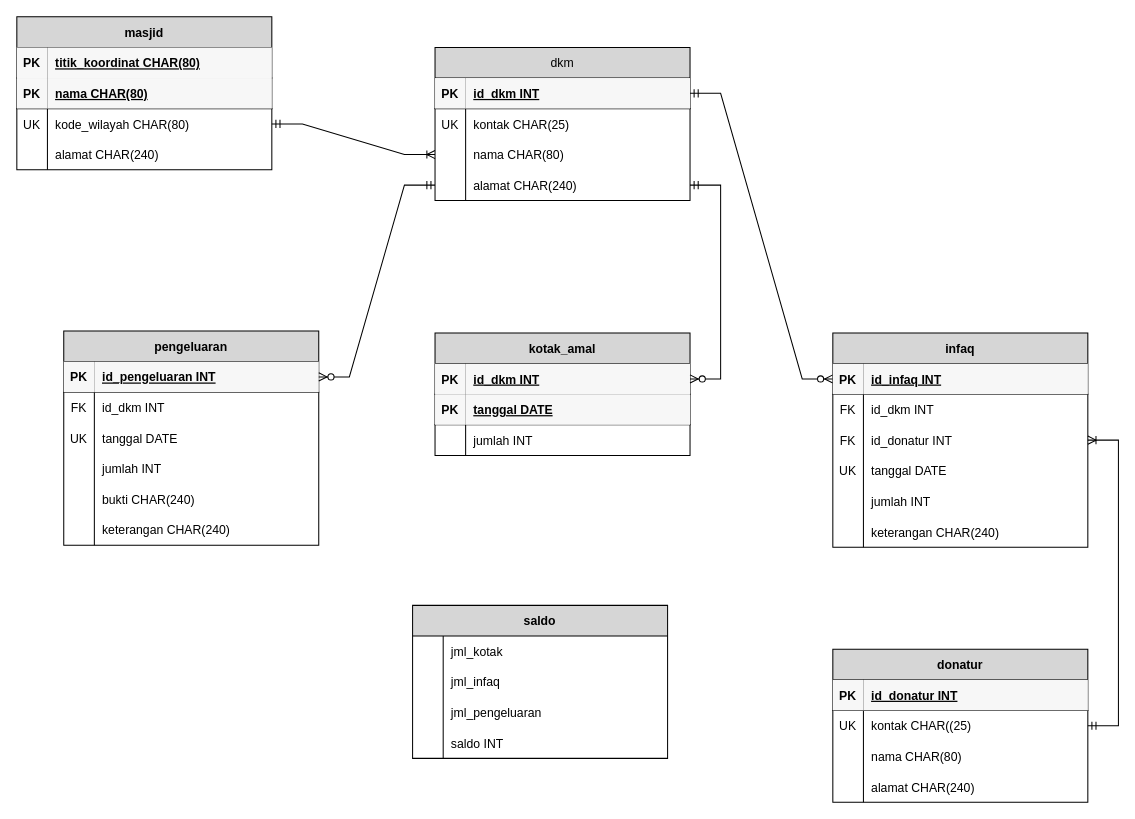
The draw.io diagram pertemuan6/ERD.drawio in rifkymaulana6/IF214002, before the edit. Source tidied: cells renumbered, new cells numbered last; positions are measured from the earlier drawing's top-left corner, leaving out a move shared by most shapes. Both pictures are drawn from the tidied source at 102%, with x=0, y=0 at pixel (16, 16).
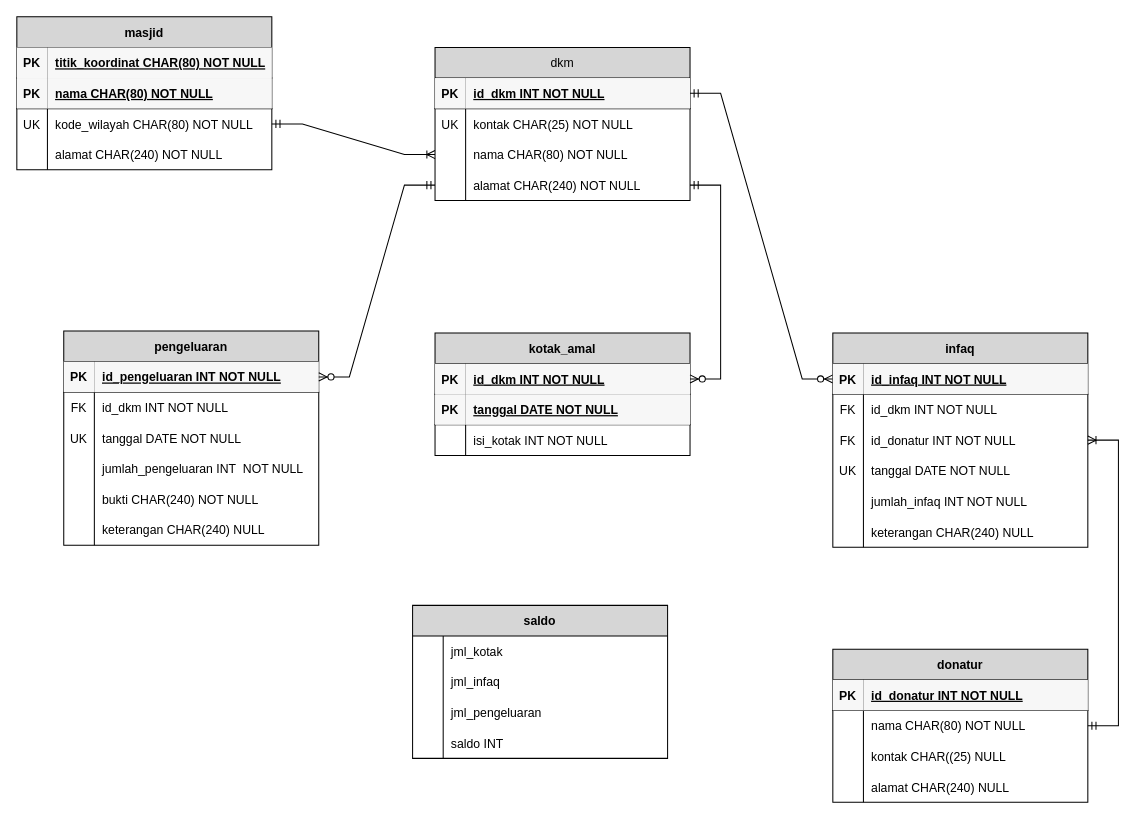
Above is the later version.

The change refers to these unchanged cells:
```xml
<mxCell id="3" style="shape=partialRectangle;fillColor=none;top=0;left=0;right=0;bottom=1;" parent="2" vertex="1">
<mxCell id="6" style="shape=partialRectangle;fillColor=none;top=0;left=0;right=0;bottom=1;" parent="2" vertex="1">
<mxCell id="9" style="shape=partialRectangle;fillColor=none;points=[[0,0.5],[1,0.5]];portConstraint=eastwest;top=0;left=0;right=0;bottom=0;" parent="2" vertex="1">
<mxCell id="12" style="shape=partialRectangle;fillColor=none;top=0;left=0;right=0;bottom=0;" parent="2" vertex="1">
<mxCell id="16" style="shape=partialRectangle;fillColor=none;points=[[0,0.5],[1,0.5]];portConstraint=eastwest;top=0;left=0;right=0;bottom=1;" parent="15" vertex="1">
<mxCell id="19" style="shape=partialRectangle;fillColor=none;top=0;left=0;right=0;bottom=0;" parent="15" vertex="1">
<mxCell id="22" style="shape=partialRectangle;fillColor=none;points=[[0,0.5],[1,0.5]];portConstraint=eastwest;top=0;left=0;right=0;bottom=0;" parent="15" vertex="1">
<mxCell id="25" style="shape=partialRectangle;fillColor=none;points=[[0,0.5],[1,0.5]];portConstraint=eastwest;top=0;left=0;right=0;bottom=0;" parent="15" vertex="1">
<mxCell id="30" style="shape=partialRectangle;fillColor=none;points=[[0,0.5],[1,0.5]];portConstraint=eastwest;top=0;left=0;right=0;bottom=1;" parent="29" vertex="1">
<mxCell id="33" style="shape=partialRectangle;fillColor=none;top=0;left=0;right=0;bottom=1;" parent="29" vertex="1">
<mxCell id="36" style="shape=partialRectangle;fillColor=none;top=0;left=0;right=0;bottom=0;" parent="29" vertex="1">
<mxCell id="41" style="shape=partialRectangle;fillColor=none;points=[[0,0.5],[1,0.5]];portConstraint=eastwest;top=0;left=0;right=0;bottom=1;" parent="40" vertex="1">
<mxCell id="44" style="shape=tableRow;horizontal=0;startSize=0;swimlaneHead=0;swimlaneBody=0;fillColor=none;top=0;left=0;right=0;bottom=0;" parent="40" vertex="1">
<mxCell id="47" style="shape=tableRow;horizontal=0;startSize=0;swimlaneHead=0;swimlaneBody=0;fillColor=none;points=[[0,0.5],[1,0.5]];portConstraint=eastwest;top=0;left=0;right=0;bottom=0;" parent="40" vertex="1">
<mxCell id="50" style="shape=partialRectangle;fillColor=none;top=0;left=0;right=0;bottom=0;" parent="40" vertex="1">
<mxCell id="53" style="shape=partialRectangle;fillColor=none;top=0;left=0;right=0;bottom=0;" parent="40" vertex="1">
<mxCell id="56" style="shape=partialRectangle;fillColor=none;top=0;left=0;right=0;bottom=0;" parent="40" vertex="1">
<mxCell id="60" value="donatur" style="shape=table;startSize=30;childLayout=tableLayout;rowLines=0;fontStyle=1;align=center;fillColor=#D6D6D6;" parent="1" vertex="1">
<mxCell id="61" style="shape=partialRectangle;fillColor=none;top=0;left=0;right=0;bottom=1;" parent="60" vertex="1">
<mxCell id="70" style="shape=partialRectangle;fillColor=none;top=0;left=0;right=0;bottom=0;" parent="60" vertex="1">
<mxCell id="75" style="shape=partialRectangle;fillColor=none;points=[[0,0.5],[1,0.5]];portConstraint=eastwest;top=0;left=0;right=0;bottom=1;" parent="74" vertex="1">
<mxCell id="78" style="shape=tableRow;horizontal=0;startSize=0;swimlaneHead=0;swimlaneBody=0;fillColor=none;top=0;left=0;right=0;bottom=0;" parent="74" vertex="1">
<mxCell id="81" style="shape=partialRectangle;fillColor=none;top=0;left=0;right=0;bottom=0;" parent="74" vertex="1">
<mxCell id="84" style="shape=partialRectangle;fillColor=none;top=0;left=0;right=0;bottom=0;" parent="74" vertex="1">
<mxCell id="87" style="shape=partialRectangle;fillColor=none;top=0;left=0;right=0;bottom=0;" parent="74" vertex="1">
<mxCell id="90" style="shape=partialRectangle;fillColor=none;top=0;left=0;right=0;bottom=0;" parent="74" vertex="1">
```

Change to the diagram source:
```diff
@@
-    <mxCell id="5" value="titik_koordinat CHAR(80)" style="shape=partialRectangle;overflow=hidden;fillColor=#F7F7F7;top=0;left=0;bottom=0;right=0;align=left;spacingLeft=6;fontStyle=5;strokeColor=#EDEDED;" parent="3" vertex="1">
+    <mxCell id="5" value="titik_koordinat CHAR(80) NOT NULL" style="shape=partialRectangle;overflow=hidden;fillColor=#F7F7F7;top=0;left=0;bottom=0;right=0;align=left;spacingLeft=6;fontStyle=5;strokeColor=#EDEDED;" parent="3" vertex="1">
       <mxGeometry x="30" width="220" height="30" as="geometry" />
     </mxCell>
@@
-    <mxCell id="8" value="nama CHAR(80)" style="shape=partialRectangle;overflow=hidden;fillColor=#F7F7F7;top=0;left=0;bottom=0;right=0;align=left;spacingLeft=6;fontStyle=5;strokeColor=#EDEDED;" parent="6" vertex="1">
+    <mxCell id="8" value="nama CHAR(80) NOT NULL" style="shape=partialRectangle;overflow=hidden;fillColor=#F7F7F7;top=0;left=0;bottom=0;right=0;align=left;spacingLeft=6;fontStyle=5;strokeColor=#EDEDED;" parent="6" vertex="1">
       <mxGeometry x="30" width="220" height="30" as="geometry" />
     </mxCell>
@@
-    <mxCell id="11" value="kode_wilayah CHAR(80)" style="shape=partialRectangle;overflow=hidden;fillColor=none;top=0;left=0;bottom=0;right=0;align=left;spacingLeft=6;fontStyle=0;" parent="9" vertex="1">
+    <mxCell id="11" value="kode_wilayah CHAR(80) NOT NULL" style="shape=partialRectangle;overflow=hidden;fillColor=none;top=0;left=0;bottom=0;right=0;align=left;spacingLeft=6;fontStyle=0;" parent="9" vertex="1">
       <mxGeometry x="30" width="220" height="30" as="geometry" />
     </mxCell>
@@
-    <mxCell id="14" value="alamat CHAR(240)" style="shape=partialRectangle;overflow=hidden;fillColor=none;top=0;left=0;bottom=0;right=0;align=left;spacingLeft=6;" parent="12" vertex="1">
+    <mxCell id="14" value="alamat CHAR(240) NOT NULL" style="shape=partialRectangle;overflow=hidden;fillColor=none;top=0;left=0;bottom=0;right=0;align=left;spacingLeft=6;" parent="12" vertex="1">
       <mxGeometry x="30" width="220" height="30" as="geometry" />
     </mxCell>
@@
-    <mxCell id="18" value="id_dkm INT" style="shape=partialRectangle;overflow=hidden;fillColor=#F7F7F7;top=0;left=0;bottom=0;right=0;align=left;spacingLeft=6;fontStyle=5;strokeColor=#EDEDED;" parent="16" vertex="1">
+    <mxCell id="18" value="id_dkm INT NOT NULL" style="shape=partialRectangle;overflow=hidden;fillColor=#F7F7F7;top=0;left=0;bottom=0;right=0;align=left;spacingLeft=6;fontStyle=5;strokeColor=#EDEDED;" parent="16" vertex="1">
       <mxGeometry x="30" width="220" height="30" as="geometry" />
     </mxCell>
@@
-    <mxCell id="21" value="kontak CHAR(25)" style="shape=partialRectangle;overflow=hidden;fillColor=none;top=0;left=0;bottom=0;right=0;align=left;spacingLeft=6;fontStyle=0;" parent="19" vertex="1">
+    <mxCell id="21" value="kontak CHAR(25) NOT NULL" style="shape=partialRectangle;overflow=hidden;fillColor=none;top=0;left=0;bottom=0;right=0;align=left;spacingLeft=6;fontStyle=0;" parent="19" vertex="1">
       <mxGeometry x="30" width="220" height="30" as="geometry" />
     </mxCell>
@@
-    <mxCell id="24" value="nama CHAR(80)" style="shape=partialRectangle;overflow=hidden;fillColor=none;top=0;left=0;bottom=0;right=0;align=left;spacingLeft=6;" parent="22" vertex="1">
+    <mxCell id="24" value="nama CHAR(80) NOT NULL" style="shape=partialRectangle;overflow=hidden;fillColor=none;top=0;left=0;bottom=0;right=0;align=left;spacingLeft=6;" parent="22" vertex="1">
       <mxGeometry x="30" width="220" height="30" as="geometry" />
     </mxCell>
@@
-    <mxCell id="27" value="alamat CHAR(240)" style="shape=partialRectangle;overflow=hidden;fillColor=none;top=0;left=0;bottom=0;right=0;align=left;spacingLeft=6;" parent="25" vertex="1">
+    <mxCell id="27" value="alamat CHAR(240) NOT NULL" style="shape=partialRectangle;overflow=hidden;fillColor=none;top=0;left=0;bottom=0;right=0;align=left;spacingLeft=6;" parent="25" vertex="1">
       <mxGeometry x="30" width="220" height="30" as="geometry" />
     </mxCell>
@@
-    <mxCell id="32" value="id_dkm INT" style="shape=partialRectangle;overflow=hidden;fillColor=#F7F7F7;top=0;left=0;bottom=0;right=0;align=left;spacingLeft=6;fontStyle=5;strokeColor=#EDEDED;" parent="30" vertex="1">
+    <mxCell id="32" value="id_dkm INT NOT NULL" style="shape=partialRectangle;overflow=hidden;fillColor=#F7F7F7;top=0;left=0;bottom=0;right=0;align=left;spacingLeft=6;fontStyle=5;strokeColor=#EDEDED;" parent="30" vertex="1">
       <mxGeometry x="30" width="220" height="30" as="geometry" />
     </mxCell>
@@
-    <mxCell id="35" value="tanggal DATE" style="shape=partialRectangle;overflow=hidden;fillColor=#F7F7F7;top=0;left=0;bottom=0;right=0;align=left;spacingLeft=6;fontStyle=5;strokeColor=#EDEDED;" parent="33" vertex="1">
+    <mxCell id="35" value="tanggal DATE NOT NULL" style="shape=partialRectangle;overflow=hidden;fillColor=#F7F7F7;top=0;left=0;bottom=0;right=0;align=left;spacingLeft=6;fontStyle=5;strokeColor=#EDEDED;" parent="33" vertex="1">
       <mxGeometry x="30" width="220" height="30" as="geometry" />
     </mxCell>
@@
-    <mxCell id="38" value="jumlah INT" style="shape=partialRectangle;overflow=hidden;fillColor=none;top=0;left=0;bottom=0;right=0;align=left;spacingLeft=6;fontStyle=0;" parent="36" vertex="1">
+    <mxCell id="38" value="isi_kotak INT NOT NULL" style="shape=partialRectangle;overflow=hidden;fillColor=none;top=0;left=0;bottom=0;right=0;align=left;spacingLeft=6;fontStyle=0;" parent="36" vertex="1">
       <mxGeometry x="30" width="220" height="30" as="geometry" />
     </mxCell>
@@
-    <mxCell id="43" value="id_infaq INT" style="shape=partialRectangle;overflow=hidden;fillColor=#F7F7F7;top=0;left=0;bottom=0;right=0;align=left;spacingLeft=6;fontStyle=5;strokeColor=#EDEDED;" parent="41" vertex="1">
+    <mxCell id="43" value="id_infaq INT NOT NULL" style="shape=partialRectangle;overflow=hidden;fillColor=#F7F7F7;top=0;left=0;bottom=0;right=0;align=left;spacingLeft=6;fontStyle=5;strokeColor=#EDEDED;" parent="41" vertex="1">
       <mxGeometry x="30" width="220" height="30" as="geometry" />
     </mxCell>
@@
-    <mxCell id="46" value="id_dkm INT" style="shape=partialRectangle;fillColor=none;top=0;left=0;bottom=0;right=0;align=left;spacingLeft=6;fontStyle=0;overflow=hidden;" parent="44" vertex="1">
+    <mxCell id="46" value="id_dkm INT NOT NULL" style="shape=partialRectangle;fillColor=none;top=0;left=0;bottom=0;right=0;align=left;spacingLeft=6;fontStyle=0;overflow=hidden;" parent="44" vertex="1">
       <mxGeometry x="30" width="220" height="30" as="geometry" />
     </mxCell>
@@
-    <mxCell id="49" value="id_donatur INT" style="shape=partialRectangle;fillColor=none;top=0;left=0;bottom=0;right=0;align=left;spacingLeft=6;fontStyle=0;overflow=hidden;" parent="47" vertex="1">
+    <mxCell id="49" value="id_donatur INT NOT NULL" style="shape=partialRectangle;fillColor=none;top=0;left=0;bottom=0;right=0;align=left;spacingLeft=6;fontStyle=0;overflow=hidden;" parent="47" vertex="1">
       <mxGeometry x="30" width="220" height="30" as="geometry" />
     </mxCell>
@@
-    <mxCell id="52" value="tanggal DATE" style="shape=partialRectangle;overflow=hidden;fillColor=none;top=0;left=0;bottom=0;right=0;align=left;spacingLeft=6;fontStyle=0;" parent="50" vertex="1">
+    <mxCell id="52" value="tanggal DATE NOT NULL" style="shape=partialRectangle;overflow=hidden;fillColor=none;top=0;left=0;bottom=0;right=0;align=left;spacingLeft=6;fontStyle=0;" parent="50" vertex="1">
       <mxGeometry x="30" width="220" height="30" as="geometry" />
     </mxCell>
@@
-    <mxCell id="55" value="jumlah INT" style="shape=partialRectangle;overflow=hidden;fillColor=none;top=0;left=0;bottom=0;right=0;align=left;spacingLeft=6;fontStyle=0;" parent="53" vertex="1">
+    <mxCell id="55" value="jumlah_infaq INT NOT NULL" style="shape=partialRectangle;overflow=hidden;fillColor=none;top=0;left=0;bottom=0;right=0;align=left;spacingLeft=6;fontStyle=0;" parent="53" vertex="1">
       <mxGeometry x="30" width="220" height="30" as="geometry" />
     </mxCell>
@@
-    <mxCell id="58" value="keterangan CHAR(240)" style="shape=partialRectangle;overflow=hidden;fillColor=none;top=0;left=0;bottom=0;right=0;align=left;spacingLeft=6;fontStyle=0;" parent="56" vertex="1">
+    <mxCell id="58" value="keterangan CHAR(240) NULL" style="shape=partialRectangle;overflow=hidden;fillColor=none;top=0;left=0;bottom=0;right=0;align=left;spacingLeft=6;fontStyle=0;" parent="56" vertex="1">
       <mxGeometry x="30" width="220" height="30" as="geometry" />
     </mxCell>
@@
-    <mxCell id="63" value="id_donatur INT" style="shape=partialRectangle;overflow=hidden;fillColor=#F7F7F7;top=0;left=0;bottom=0;right=0;align=left;spacingLeft=6;fontStyle=5;strokeColor=#EDEDED;" parent="61" vertex="1">
+    <mxCell id="63" value="id_donatur INT NOT NULL" style="shape=partialRectangle;overflow=hidden;fillColor=#F7F7F7;top=0;left=0;bottom=0;right=0;align=left;spacingLeft=6;fontStyle=5;strokeColor=#EDEDED;" parent="61" vertex="1">
       <mxGeometry x="30" width="220" height="30" as="geometry" />
     </mxCell>
+    <mxCell id="67" style="shape=partialRectangle;fillColor=none;top=0;left=0;right=0;bottom=0;" parent="60" vertex="1">
+      <mxGeometry y="60" width="250" height="30" as="geometry" />
+    </mxCell>
+    <mxCell id="68" style="shape=partialRectangle;overflow=hidden;fillColor=none;top=0;left=0;bottom=0;right=0;" parent="67" vertex="1">
+      <mxGeometry width="30" height="30" as="geometry" />
+    </mxCell>
+    <mxCell id="69" value="nama CHAR(80) NOT NULL" style="shape=partialRectangle;overflow=hidden;fillColor=none;top=0;left=0;bottom=0;right=0;align=left;spacingLeft=6;" parent="67" vertex="1">
+      <mxGeometry x="30" width="220" height="30" as="geometry" />
+    </mxCell>
     <mxCell id="64" style="shape=partialRectangle;fillColor=none;top=0;left=0;right=0;bottom=0;" parent="60" vertex="1">
-      <mxGeometry y="60" width="250" height="30" as="geometry" />
+      <mxGeometry y="90" width="250" height="30" as="geometry" />
     </mxCell>
-    <mxCell id="65" value="UK" style="shape=partialRectangle;overflow=hidden;fillColor=none;top=0;left=0;bottom=0;right=0;" parent="64" vertex="1">
+    <mxCell id="65" style="shape=partialRectangle;overflow=hidden;fillColor=none;top=0;left=0;bottom=0;right=0;" parent="64" vertex="1">
       <mxGeometry width="30" height="30" as="geometry" />
     </mxCell>
-    <mxCell id="66" value="kontak CHAR((25)" style="shape=partialRectangle;overflow=hidden;fillColor=none;top=0;left=0;bottom=0;right=0;align=left;spacingLeft=6;fontStyle=0;" parent="64" vertex="1">
+    <mxCell id="66" value="kontak CHAR((25) NULL" style="shape=partialRectangle;overflow=hidden;fillColor=none;top=0;left=0;bottom=0;right=0;align=left;spacingLeft=6;fontStyle=0;" parent="64" vertex="1">
       <mxGeometry x="30" width="220" height="30" as="geometry" />
     </mxCell>
-    <mxCell id="67" style="shape=partialRectangle;fillColor=none;top=0;left=0;right=0;bottom=0;" parent="60" vertex="1">
-      <mxGeometry y="90" width="250" height="30" as="geometry" />
-    </mxCell>
-    <mxCell id="68" style="shape=partialRectangle;overflow=hidden;fillColor=none;top=0;left=0;bottom=0;right=0;" parent="67" vertex="1">
-      <mxGeometry width="30" height="30" as="geometry" />
-    </mxCell>
-    <mxCell id="69" value="nama CHAR(80)" style="shape=partialRectangle;overflow=hidden;fillColor=none;top=0;left=0;bottom=0;right=0;align=left;spacingLeft=6;" parent="67" vertex="1">
-      <mxGeometry x="30" width="220" height="30" as="geometry" />
-    </mxCell>
@@
-    <mxCell id="72" value="alamat CHAR(240)" style="shape=partialRectangle;overflow=hidden;fillColor=none;top=0;left=0;bottom=0;right=0;align=left;spacingLeft=6;fontStyle=0;" parent="70" vertex="1">
+    <mxCell id="72" value="alamat CHAR(240) NULL" style="shape=partialRectangle;overflow=hidden;fillColor=none;top=0;left=0;bottom=0;right=0;align=left;spacingLeft=6;fontStyle=0;" parent="70" vertex="1">
       <mxGeometry x="30" width="220" height="30" as="geometry" />
     </mxCell>
@@
-    <mxCell id="77" value="id_pengeluaran INT" style="shape=partialRectangle;overflow=hidden;fillColor=#F7F7F7;top=0;left=0;bottom=0;right=0;align=left;spacingLeft=6;fontStyle=5;strokeColor=#EDEDED;" parent="75" vertex="1">
+    <mxCell id="77" value="id_pengeluaran INT NOT NULL" style="shape=partialRectangle;overflow=hidden;fillColor=#F7F7F7;top=0;left=0;bottom=0;right=0;align=left;spacingLeft=6;fontStyle=5;strokeColor=#EDEDED;" parent="75" vertex="1">
       <mxGeometry x="30" width="220" height="30" as="geometry" />
     </mxCell>
@@
-    <mxCell id="80" value="id_dkm INT" style="shape=partialRectangle;fillColor=none;top=0;left=0;bottom=0;right=0;align=left;spacingLeft=6;fontStyle=0;overflow=hidden;" parent="78" vertex="1">
+    <mxCell id="80" value="id_dkm INT NOT NULL" style="shape=partialRectangle;fillColor=none;top=0;left=0;bottom=0;right=0;align=left;spacingLeft=6;fontStyle=0;overflow=hidden;" parent="78" vertex="1">
       <mxGeometry x="30" width="220" height="30" as="geometry" />
     </mxCell>
@@
-    <mxCell id="83" value="tanggal DATE" style="shape=partialRectangle;overflow=hidden;fillColor=none;top=0;left=0;bottom=0;right=0;align=left;spacingLeft=6;fontStyle=0;" parent="81" vertex="1">
+    <mxCell id="83" value="tanggal DATE NOT NULL" style="shape=partialRectangle;overflow=hidden;fillColor=none;top=0;left=0;bottom=0;right=0;align=left;spacingLeft=6;fontStyle=0;" parent="81" vertex="1">
       <mxGeometry x="30" width="220" height="30" as="geometry" />
     </mxCell>
@@
-    <mxCell id="86" value="jumlah INT" style="shape=partialRectangle;overflow=hidden;fillColor=none;top=0;left=0;bottom=0;right=0;align=left;spacingLeft=6;fontStyle=0;" parent="84" vertex="1">
+    <mxCell id="86" value="jumlah_pengeluaran INT  NOT NULL" style="shape=partialRectangle;overflow=hidden;fillColor=none;top=0;left=0;bottom=0;right=0;align=left;spacingLeft=6;fontStyle=0;" parent="84" vertex="1">
       <mxGeometry x="30" width="220" height="30" as="geometry" />
     </mxCell>
@@
-    <mxCell id="89" value="bukti CHAR(240)" style="shape=partialRectangle;overflow=hidden;fillColor=none;top=0;left=0;bottom=0;right=0;align=left;spacingLeft=6;fontStyle=0;" parent="87" vertex="1">
+    <mxCell id="89" value="bukti CHAR(240) NOT NULL" style="shape=partialRectangle;overflow=hidden;fillColor=none;top=0;left=0;bottom=0;right=0;align=left;spacingLeft=6;fontStyle=0;" parent="87" vertex="1">
       <mxGeometry x="30" width="220" height="30" as="geometry" />
     </mxCell>
@@
-    <mxCell id="92" value="keterangan CHAR(240)" style="shape=partialRectangle;overflow=hidden;fillColor=none;top=0;left=0;bottom=0;right=0;align=left;spacingLeft=6;fontStyle=0;" parent="90" vertex="1">
+    <mxCell id="92" value="keterangan CHAR(240) NULL" style="shape=partialRectangle;overflow=hidden;fillColor=none;top=0;left=0;bottom=0;right=0;align=left;spacingLeft=6;fontStyle=0;" parent="90" vertex="1">
       <mxGeometry x="30" width="220" height="30" as="geometry" />
     </mxCell>
```
